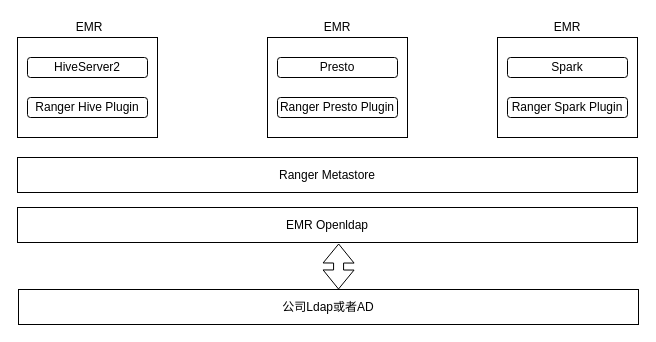
This is ranger.drawio from jimmycheng603/findmaven, a draw.io file, before an edit. Source tidied: cells renumbered, new cells numbered last; positions are measured from the earlier drawing's top-left corner, leaving out a move shared by most shapes. Both pictures are drawn from the tidied source at 100%, with x=0, y=0 at pixel (17, 17).
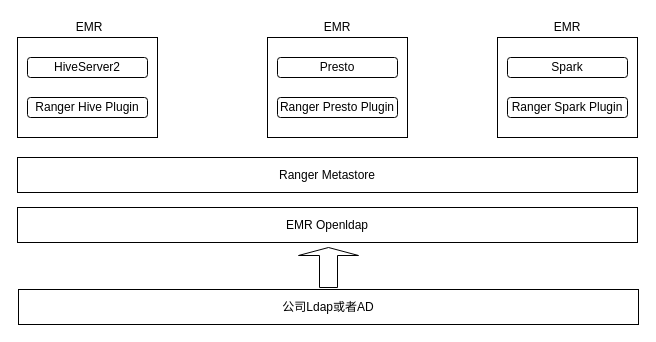
The same page after the edit.

Change to the diagram source:
```diff
@@
 <mxGraphModel>
   <root>
     <mxCell id="0" />
     <mxCell id="1" parent="0" />
     <mxCell id="2" style="rounded=0;whiteSpace=wrap;html=1;" parent="1" vertex="1">
       <mxGeometry y="20" width="140" height="100" as="geometry" />
     </mxCell>
     <mxCell id="3" style="rounded=0;whiteSpace=wrap;html=1;" parent="1" vertex="1">
       <mxGeometry x="250" y="20" width="140" height="100" as="geometry" />
     </mxCell>
     <mxCell id="4" value="EMR Openldap" style="rounded=0;whiteSpace=wrap;html=1;" parent="1" vertex="1">
       <mxGeometry y="190" width="620" height="35" as="geometry" />
     </mxCell>
     <mxCell id="5" value="HiveServer2" style="rounded=1;whiteSpace=wrap;html=1;" parent="1" vertex="1">
       <mxGeometry x="10" y="40" width="120" height="20" as="geometry" />
     </mxCell>
     <mxCell id="6" value="EMR" style="text;html=1;strokeColor=none;fillColor=none;align=center;verticalAlign=middle;whiteSpace=wrap;rounded=0;" parent="1" vertex="1">
       <mxGeometry x="52" width="40" height="20" as="geometry" />
     </mxCell>
     <mxCell id="7" value="Presto" style="rounded=1;whiteSpace=wrap;html=1;" parent="1" vertex="1">
       <mxGeometry x="260" y="40" width="120" height="20" as="geometry" />
     </mxCell>
     <mxCell id="8" style="rounded=0;whiteSpace=wrap;html=1;" parent="1" vertex="1">
       <mxGeometry x="480" y="20" width="140" height="100" as="geometry" />
     </mxCell>
     <mxCell id="9" value="Spark" style="rounded=1;whiteSpace=wrap;html=1;" parent="1" vertex="1">
       <mxGeometry x="490" y="40" width="120" height="20" as="geometry" />
     </mxCell>
     <mxCell id="10" value="Ranger Metastore" style="rounded=0;whiteSpace=wrap;html=1;" parent="1" vertex="1">
       <mxGeometry y="140" width="620" height="35" as="geometry" />
     </mxCell>
     <mxCell id="11" value="Ranger Hive Plugin" style="rounded=1;whiteSpace=wrap;html=1;" parent="1" vertex="1">
       <mxGeometry x="10" y="80" width="120" height="20" as="geometry" />
     </mxCell>
     <mxCell id="12" value="Ranger Presto Plugin" style="rounded=1;whiteSpace=wrap;html=1;" parent="1" vertex="1">
       <mxGeometry x="260" y="80" width="120" height="20" as="geometry" />
     </mxCell>
     <mxCell id="13" value="Ranger Spark Plugin" style="rounded=1;whiteSpace=wrap;html=1;" parent="1" vertex="1">
       <mxGeometry x="490" y="80" width="120" height="20" as="geometry" />
     </mxCell>
     <mxCell id="14" value="EMR" style="text;html=1;strokeColor=none;fillColor=none;align=center;verticalAlign=middle;whiteSpace=wrap;rounded=0;" parent="1" vertex="1">
       <mxGeometry x="300" width="40" height="20" as="geometry" />
     </mxCell>
     <mxCell id="15" value="EMR" style="text;html=1;strokeColor=none;fillColor=none;align=center;verticalAlign=middle;whiteSpace=wrap;rounded=0;" parent="1" vertex="1">
       <mxGeometry x="530" width="40" height="20" as="geometry" />
     </mxCell>
     <mxCell id="16" value="公司Ldap或者AD" style="rounded=0;whiteSpace=wrap;html=1;" parent="1" vertex="1">
       <mxGeometry x="1" y="272" width="620" height="35" as="geometry" />
     </mxCell>
-    <mxCell id="17" style="shape=flexArrow;endArrow=classic;startArrow=classic;html=1;entryX=0.518;entryY=1.029;entryDx=0;entryDy=0;entryPerimeter=0;" parent="1" edge="1" target="4">
-      <mxGeometry relative="1" as="geometry">
-        <mxPoint x="321" y="272" as="sourcePoint" />
-      </mxGeometry>
-    </mxCell>
+    <mxCell id="18" style="shape=singleArrow;direction=north;whiteSpace=wrap;html=1;" parent="1" vertex="1">
+      <mxGeometry x="281" y="230" width="60" height="40" as="geometry" />
+    </mxCell>
   </root>
 </mxGraphModel>
```
